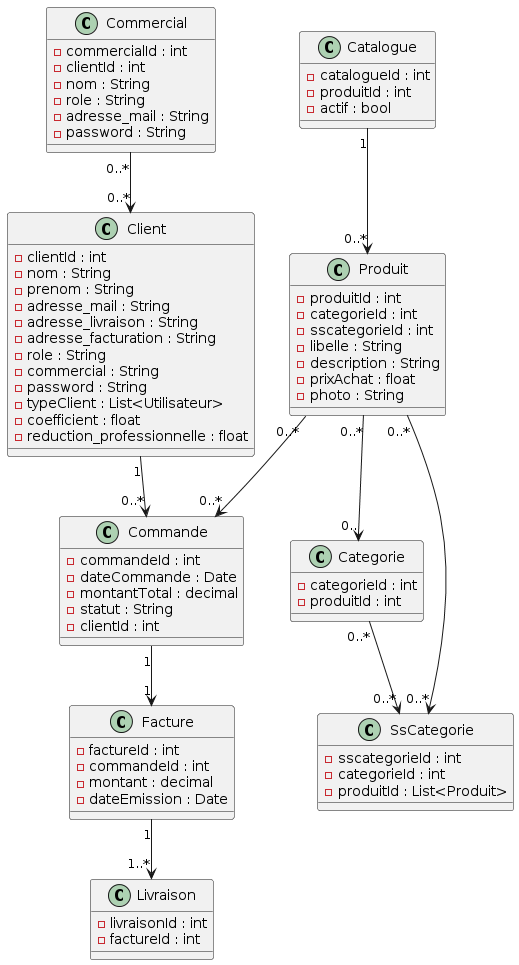
This is asset/UML/GVClasses.png from Jeoffrey80/GreenVillage, a PlantUML export, as it was before one commit.
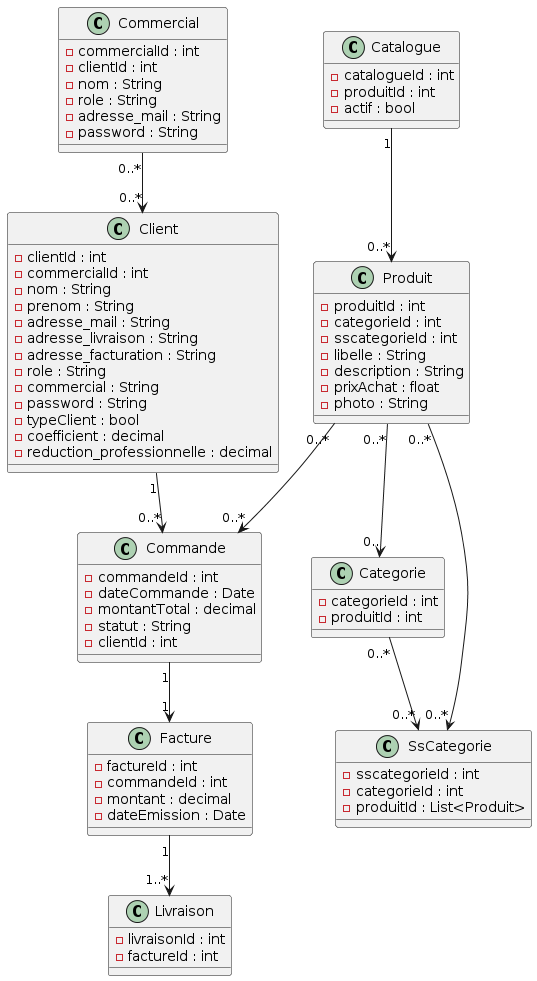
After the commit.

What changed in the source:
```diff
@@ -10,6 +10,7 @@
 
 class Client {
     - clientId : int
+    - commercialId : int
     - nom : String
     - prenom : String
     - adresse_mail : String
@@ -18,9 +19,9 @@
     - role : String
     - commercial : String
     - password : String
-    - typeClient : List<Utilisateur>
-    - coefficient : float
-    - reduction_professionnelle : float
+    - typeClient : bool
+    - coefficient : decimal
+    - reduction_professionnelle : decimal
 }
 
 class Catalogue {
```
